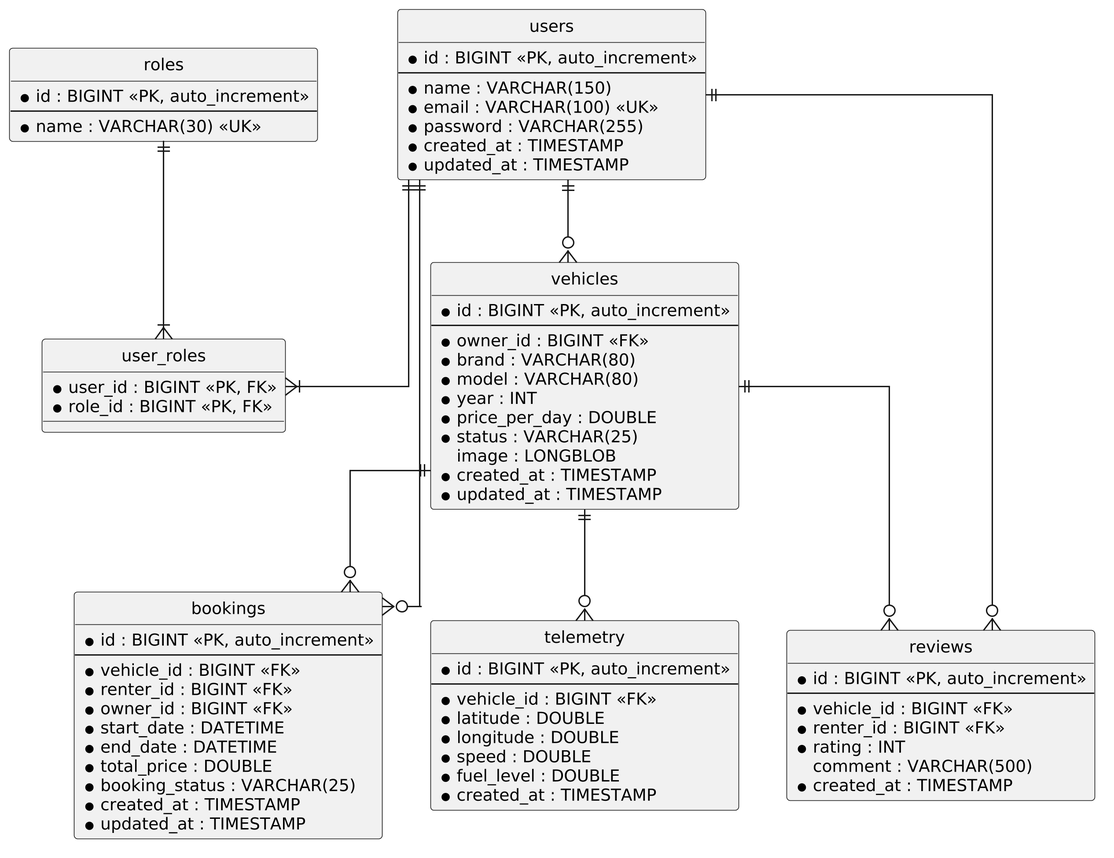
The PlantUML diagram assets/chapter04/relational-database-diagram.png in Codexa-Team/Project-Report, before a commit. Source of this version:
```plantuml
@startuml
skinparam linetype ortho
skinparam roundcorner 5
skinparam shadowing false
skinparam dpi 300
skinparam defaultFontName "Segoe UI"
skinparam defaultFontSize 12

hide circle

skinparam entity {
    BackgroundColor #FFFFFF
    BorderColor #1E293B
    BorderThickness 1.5
    ArrowColor #2563EB
    ArrowThickness 1.3
    HeaderBackgroundColor #1E3A8A
    HeaderFontColor #FFFFFF
    HeaderFontStyle bold
    HeaderFontSize 13
}

entity "users" as users {
  * id : BIGINT <<PK, auto_increment>>
  --
  * name : VARCHAR(150)
  * email : VARCHAR(100) <<UK>>
  * password : VARCHAR(255)
  * created_at : TIMESTAMP
  * updated_at : TIMESTAMP
}

entity "roles" as roles {
  * id : BIGINT <<PK, auto_increment>>
  --
  * name : VARCHAR(30) <<UK>>
}

entity "user_roles" as user_roles {
  * user_id : BIGINT <<PK, FK>>
  * role_id : BIGINT <<PK, FK>>
}

entity "vehicles" as vehicles {
  * id : BIGINT <<PK, auto_increment>>
  --
  * owner_id : BIGINT <<FK>>
  * brand : VARCHAR(80)
  * model : VARCHAR(80)
  * year : INT
  * price_per_day : DOUBLE
  * status : VARCHAR(25)
  image : LONGBLOB
  * created_at : TIMESTAMP
  * updated_at : TIMESTAMP
}

entity "bookings" as bookings {
  * id : BIGINT <<PK, auto_increment>>
  --
  * vehicle_id : BIGINT <<FK>>
  * renter_id : BIGINT <<FK>>
  * owner_id : BIGINT <<FK>>
  * start_date : DATETIME
  * end_date : DATETIME
  * total_price : DOUBLE
  * booking_status : VARCHAR(25)
  * created_at : TIMESTAMP
  * updated_at : TIMESTAMP
}

entity "telemetry" as telemetry {
  * id : BIGINT <<PK, auto_increment>>
  --
  * vehicle_id : BIGINT <<FK>>
  * latitude : DOUBLE
  * longitude : DOUBLE
  * speed : DOUBLE
  * fuel_level : DOUBLE
  * created_at : TIMESTAMP
}

entity "reviews" as reviews {
  * id : BIGINT <<PK, auto_increment>>
  --
  * vehicle_id : BIGINT <<FK>>
  * renter_id : BIGINT <<FK>>
  * rating : INT
  comment : VARCHAR(500)
  * created_at : TIMESTAMP
}

users ||--|{ user_roles
roles ||--|{ user_roles

users ||--o{ vehicles
users ||--o{ bookings
vehicles ||--o{ bookings

vehicles ||--o{ telemetry

vehicles ||--o{ reviews
users ||--o{ reviews
@enduml
```
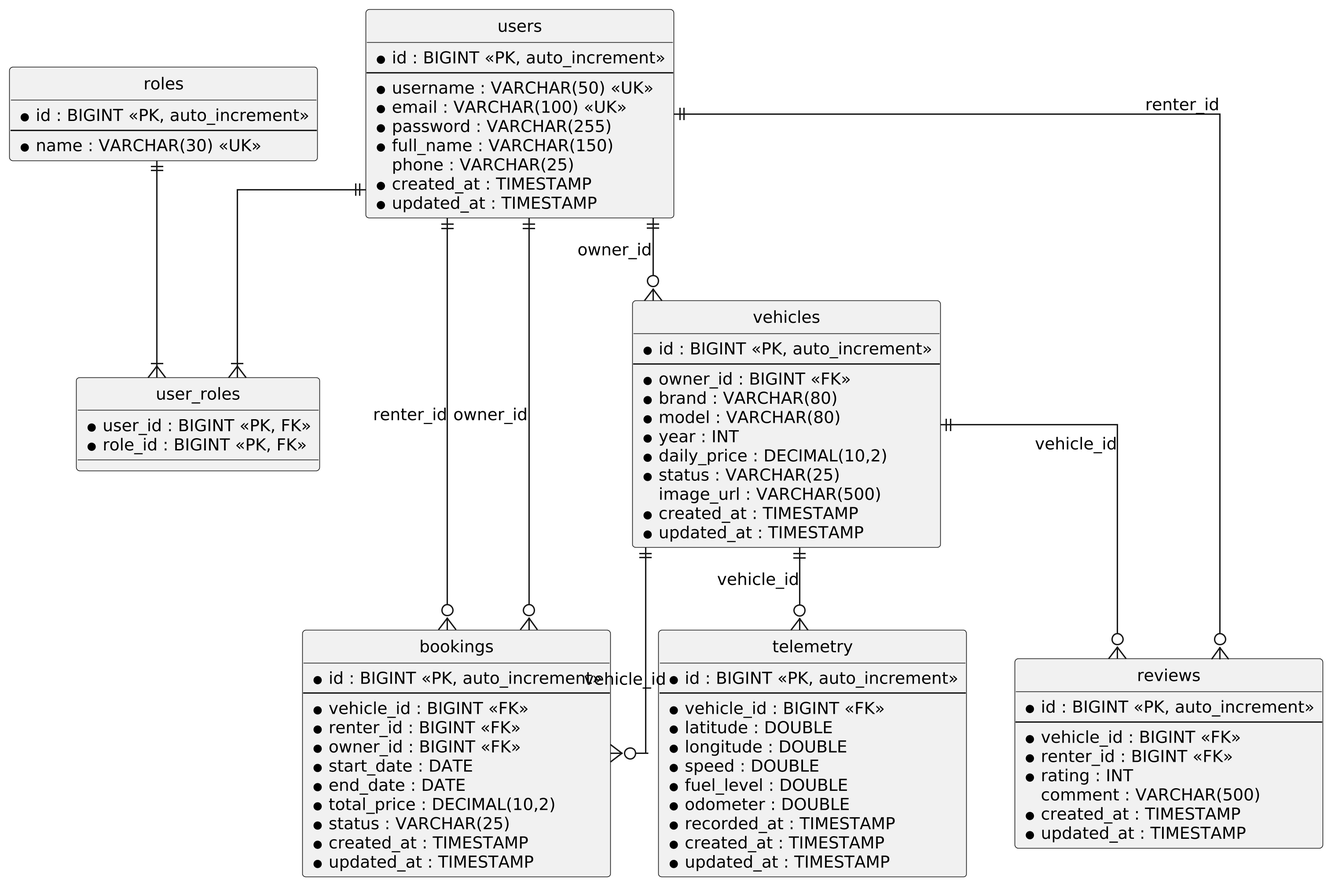
After the commit.

Commit message:
docs(database): update relational database diagram and data dictionary to align with domain model

The edit, as a diff of the source:
```diff
@@ -23,9 +23,11 @@
 entity "users" as users {
   * id : BIGINT <<PK, auto_increment>>
   --
-  * name : VARCHAR(150)
+  * username : VARCHAR(50) <<UK>>
   * email : VARCHAR(100) <<UK>>
   * password : VARCHAR(255)
+  * full_name : VARCHAR(150)
+  phone : VARCHAR(25)
   * created_at : TIMESTAMP
   * updated_at : TIMESTAMP
 }
@@ -48,9 +50,9 @@
   * brand : VARCHAR(80)
   * model : VARCHAR(80)
   * year : INT
-  * price_per_day : DOUBLE
+  * daily_price : DECIMAL(10,2)
   * status : VARCHAR(25)
-  image : LONGBLOB
+  image_url : VARCHAR(500)
   * created_at : TIMESTAMP
   * updated_at : TIMESTAMP
 }
@@ -61,10 +63,10 @@
   * vehicle_id : BIGINT <<FK>>
   * renter_id : BIGINT <<FK>>
   * owner_id : BIGINT <<FK>>
-  * start_date : DATETIME
-  * end_date : DATETIME
-  * total_price : DOUBLE
-  * booking_status : VARCHAR(25)
+  * start_date : DATE
+  * end_date : DATE
+  * total_price : DECIMAL(10,2)
+  * status : VARCHAR(25)
   * created_at : TIMESTAMP
   * updated_at : TIMESTAMP
 }
@@ -77,7 +79,10 @@
   * longitude : DOUBLE
   * speed : DOUBLE
   * fuel_level : DOUBLE
+  * odometer : DOUBLE
+  * recorded_at : TIMESTAMP
   * created_at : TIMESTAMP
+  * updated_at : TIMESTAMP
 }
 
 entity "reviews" as reviews {
@@ -88,17 +93,20 @@
   * rating : INT
   comment : VARCHAR(500)
   * created_at : TIMESTAMP
+  * updated_at : TIMESTAMP
 }
 
 users ||--|{ user_roles
 roles ||--|{ user_roles
 
-users ||--o{ vehicles
-users ||--o{ bookings
-vehicles ||--o{ bookings
+users ||--o{ vehicles : "owner_id"
 
-vehicles ||--o{ telemetry
+users ||--o{ bookings : "renter_id"
+users ||--o{ bookings : "owner_id"
+vehicles ||--o{ bookings : "vehicle_id"
 
-vehicles ||--o{ reviews
-users ||--o{ reviews
+vehicles ||--o{ telemetry : "vehicle_id"
+
+vehicles ||--o{ reviews : "vehicle_id"
+users ||--o{ reviews : "renter_id"
 @enduml
```
